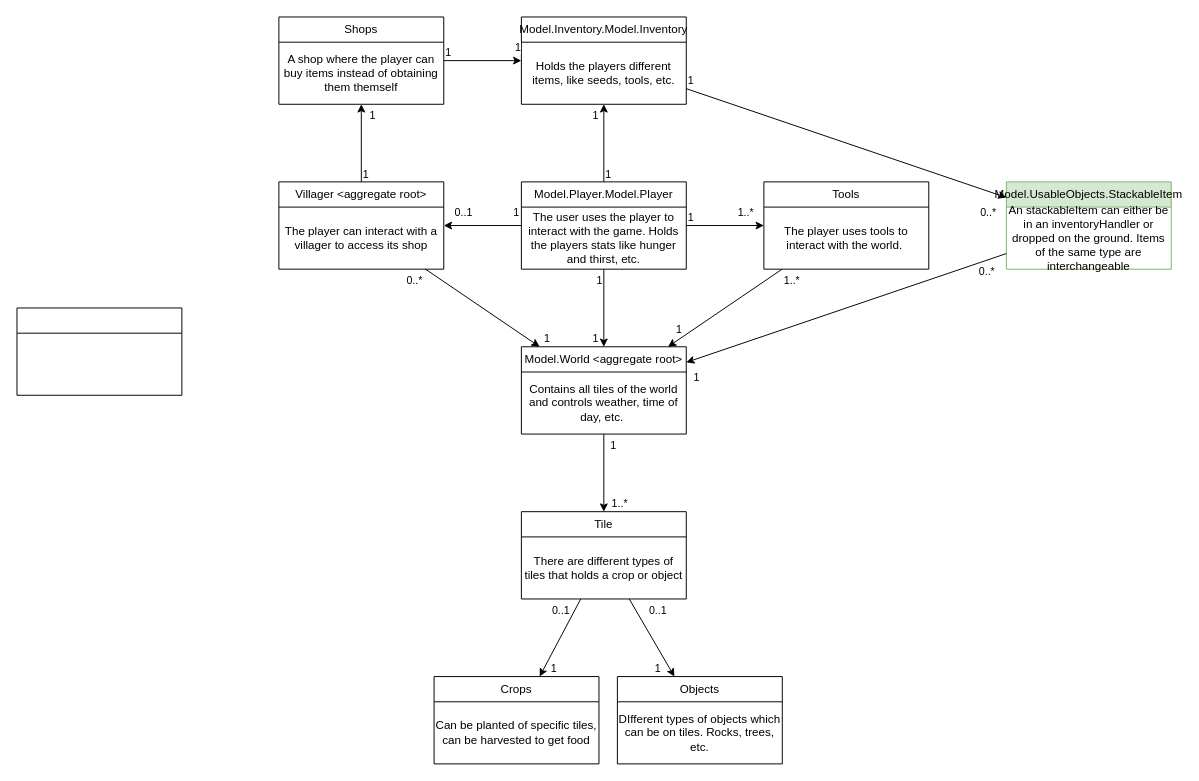
The draw.io diagram Domainmodel.drawio in ErikFogelstrand/OOPP-eenn, before the edit. Source tidied: cells renumbered, new cells numbered last; positions are measured from the earlier drawing's top-left corner, leaving out a move shared by most shapes. Both pictures are drawn from the tidied source at 97%, with x=0, y=0 at pixel (16, 16).
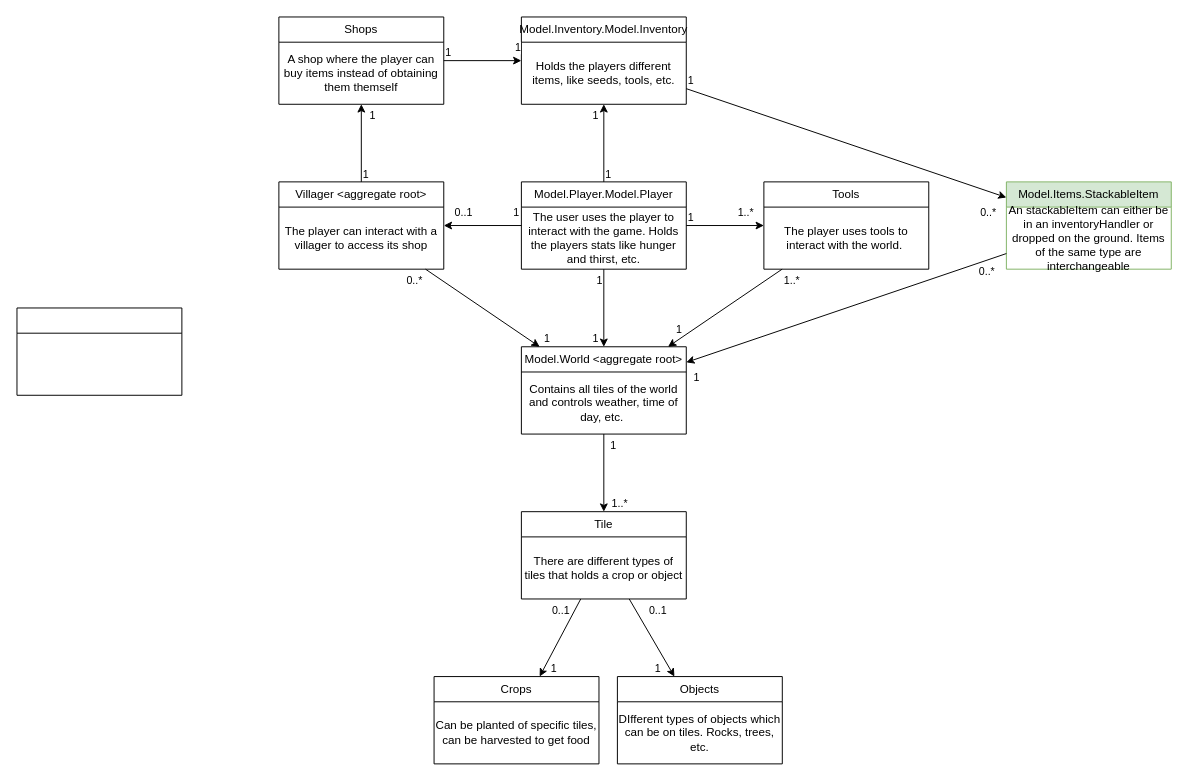
After the change.

What changed in the source:
```diff
@@
-    <mxCell id="45" value="Model.UsableObjects.StackableItem" style="swimlane;fontStyle=0;horizontal=1;startSize=26;fillColor=#d5e8d4;whiteSpace=wrap;html=1;strokeColor=#82b366;" parent="1" vertex="1">
+    <mxCell id="45" value="Model.Items.StackableItem" style="swimlane;fontStyle=0;horizontal=1;startSize=26;fillColor=#d5e8d4;whiteSpace=wrap;html=1;strokeColor=#82b366;" parent="1" vertex="1">
       <mxGeometry x="1020" y="170" width="170" height="90" as="geometry" />
     </mxCell>
```
